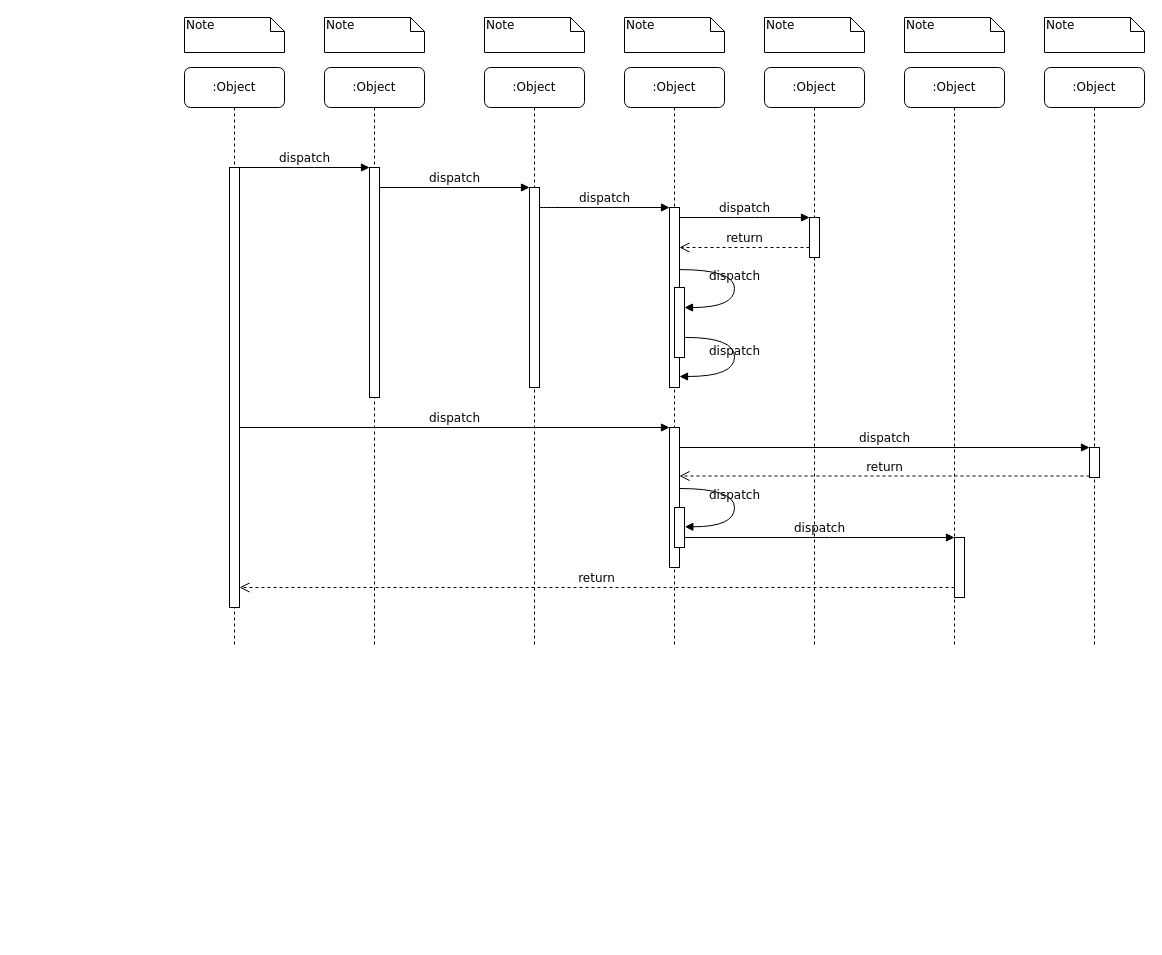
Above: NFC Tag处理流程顺序图.drawio in SuperSources/draw.io (draw.io), before the change. Source tidied: cells renumbered, new cells numbered last; positions are measured from the earlier drawing's top-left corner, leaving out a move shared by most shapes. Both pictures are drawn from the tidied source at 100%, with x=0, y=0 at pixel (184, 17).
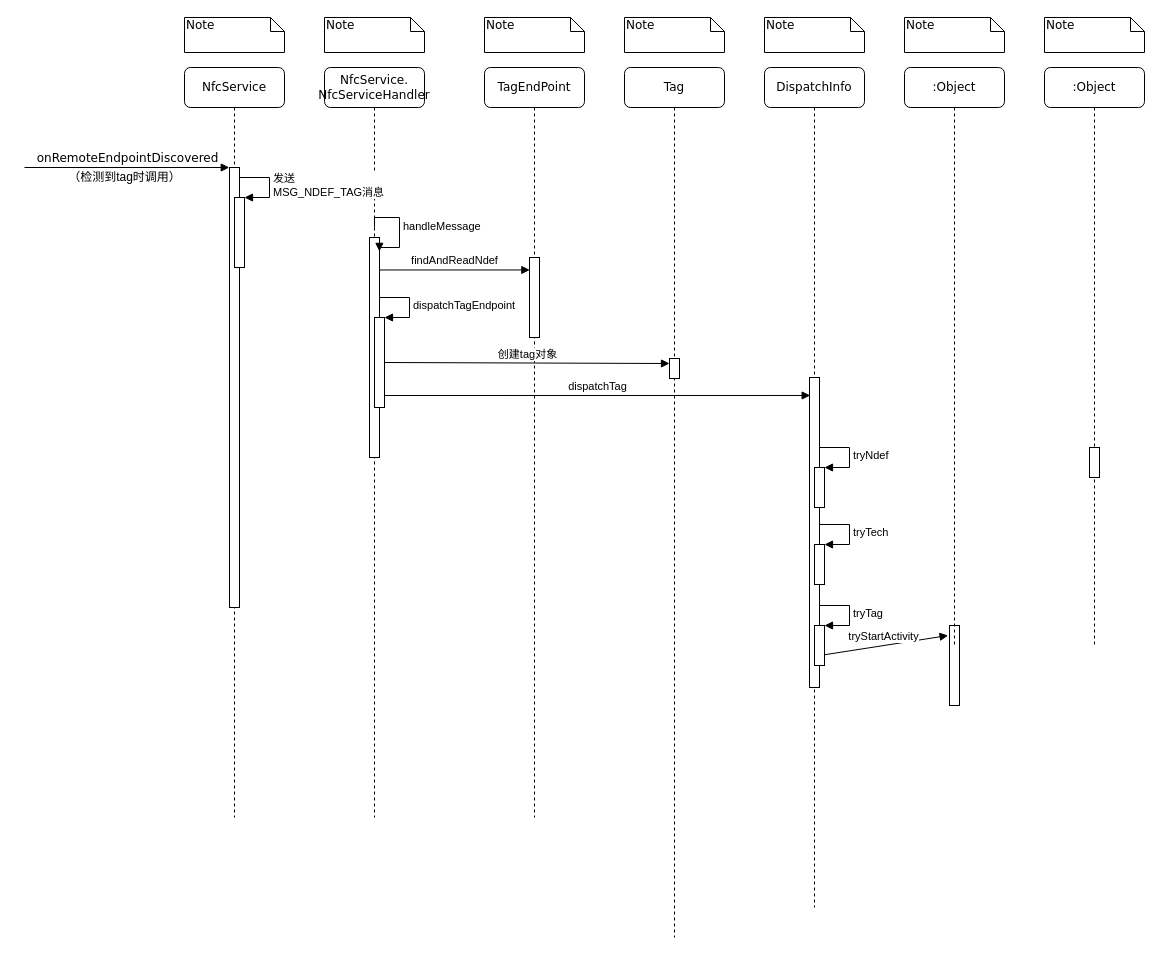
The same diagram, later.

Commit message (it also covers changes not shown here):
Update NFC Tag处理流程顺序图.drawio

Unchanged cells that the change refers to:
```xml
<mxCell id="11" style="html=1;points=[];perimeter=orthogonalPerimeter;rounded=0;shadow=0;comic=0;labelBackgroundColor=none;strokeWidth=1;fontFamily=Verdana;fontSize=12;align=center;" parent="10" vertex="1">
  <mxGeometry x="45" y="100" width="10" height="440" as="geometry" />
</mxCell>
<mxCell id="19" style="html=1;points=[];perimeter=orthogonalPerimeter;rounded=0;shadow=0;comic=0;labelBackgroundColor=none;strokeColor=#000000;strokeWidth=1;fillColor=#FFFFFF;fontFamily=Verdana;fontSize=12;fontColor=#000000;align=center;" parent="1" vertex="1">
  <mxGeometry x="905" y="430" width="10" height="30" as="geometry" />
</mxCell>
```

Change to the diagram source:
```diff
@@
-    <mxCell id="2" value=":Object" style="shape=umlLifeline;perimeter=lifelinePerimeter;whiteSpace=wrap;html=1;rounded=1;shadow=0;comic=0;labelBackgroundColor=none;strokeWidth=1;fontFamily=Verdana;fontSize=12;align=center;" parent="1" vertex="1">
-      <mxGeometry x="140" y="50" width="100" height="580" as="geometry" />
+    <mxCell id="2" value="NfcService.&lt;br&gt;NfcServiceHandler" style="shape=umlLifeline;perimeter=lifelinePerimeter;whiteSpace=wrap;html=1;rounded=1;shadow=0;comic=0;labelBackgroundColor=none;strokeWidth=1;fontFamily=Verdana;fontSize=12;align=center;" parent="1" vertex="1">
+      <mxGeometry x="140" y="50" width="100" height="750" as="geometry" />
     </mxCell>
     <mxCell id="3" style="html=1;points=[];perimeter=orthogonalPerimeter;rounded=0;shadow=0;comic=0;labelBackgroundColor=none;strokeWidth=1;fontFamily=Verdana;fontSize=12;align=center;" parent="2" vertex="1">
-      <mxGeometry x="45" y="100" width="10" height="230" as="geometry" />
+      <mxGeometry x="45" y="170" width="10" height="220" as="geometry" />
     </mxCell>
+    <mxCell id="39" value="&lt;span style=&quot;font-size: 11px&quot;&gt;handleMessage&lt;/span&gt;" style="edgeStyle=orthogonalEdgeStyle;html=1;align=left;spacingLeft=2;endArrow=block;rounded=0;entryX=0.991;entryY=0.063;entryDx=0;entryDy=0;entryPerimeter=0;" parent="2" edge="1" target="3">
+      <mxGeometry relative="1" as="geometry">
+        <mxPoint x="50" y="160" as="sourcePoint" />
+        <Array as="points">
+          <mxPoint x="50" y="150" />
+          <mxPoint x="75" y="150" />
+          <mxPoint x="75" y="180" />
+        </Array>
+      </mxGeometry>
+    </mxCell>
+    <mxCell id="40" style="html=1;points=[];perimeter=orthogonalPerimeter;" parent="2" vertex="1">
+      <mxGeometry x="50" y="250" width="10" height="90" as="geometry" />
+    </mxCell>
+    <mxCell id="41" value="dispatchTagEndpoint" style="edgeStyle=orthogonalEdgeStyle;html=1;align=left;spacingLeft=2;endArrow=block;rounded=0;entryX=1;entryY=0;" parent="2" edge="1" target="40">
+      <mxGeometry relative="1" as="geometry">
+        <mxPoint x="55" y="230" as="sourcePoint" />
+        <Array as="points">
+          <mxPoint x="85" y="230" />
+        </Array>
+      </mxGeometry>
+    </mxCell>
-    <mxCell id="4" value=":Object" style="shape=umlLifeline;perimeter=lifelinePerimeter;whiteSpace=wrap;html=1;rounded=1;shadow=0;comic=0;labelBackgroundColor=none;strokeWidth=1;fontFamily=Verdana;fontSize=12;align=center;" parent="1" vertex="1">
-      <mxGeometry x="300" y="50" width="100" height="580" as="geometry" />
+    <mxCell id="4" value="TagEndPoint" style="shape=umlLifeline;perimeter=lifelinePerimeter;whiteSpace=wrap;html=1;rounded=1;shadow=0;comic=0;labelBackgroundColor=none;strokeWidth=1;fontFamily=Verdana;fontSize=12;align=center;" parent="1" vertex="1">
+      <mxGeometry x="300" y="50" width="100" height="750" as="geometry" />
     </mxCell>
     <mxCell id="5" style="html=1;points=[];perimeter=orthogonalPerimeter;rounded=0;shadow=0;comic=0;labelBackgroundColor=none;strokeWidth=1;fontFamily=Verdana;fontSize=12;align=center;" parent="4" vertex="1">
-      <mxGeometry x="45" y="120" width="10" height="200" as="geometry" />
+      <mxGeometry x="45" y="190" width="10" height="80" as="geometry" />
     </mxCell>
-    <mxCell id="6" value=":Object" style="shape=umlLifeline;perimeter=lifelinePerimeter;whiteSpace=wrap;html=1;rounded=1;shadow=0;comic=0;labelBackgroundColor=none;strokeWidth=1;fontFamily=Verdana;fontSize=12;align=center;" parent="1" vertex="1">
-      <mxGeometry x="440" y="50" width="100" height="580" as="geometry" />
+    <mxCell id="6" value="Tag" style="shape=umlLifeline;perimeter=lifelinePerimeter;whiteSpace=wrap;html=1;rounded=1;shadow=0;comic=0;labelBackgroundColor=none;strokeWidth=1;fontFamily=Verdana;fontSize=12;align=center;" parent="1" vertex="1">
+      <mxGeometry x="440" y="50" width="100" height="870" as="geometry" />
     </mxCell>
+    <mxCell id="42" style="html=1;perimeter=orthogonalPerimeter;" parent="6" vertex="1">
+      <mxGeometry x="45" y="291" width="10" height="20" as="geometry" />
+    </mxCell>
-    <mxCell id="7" value=":Object" style="shape=umlLifeline;perimeter=lifelinePerimeter;whiteSpace=wrap;html=1;rounded=1;shadow=0;comic=0;labelBackgroundColor=none;strokeWidth=1;fontFamily=Verdana;fontSize=12;align=center;" parent="1" vertex="1">
-      <mxGeometry x="580" y="50" width="100" height="580" as="geometry" />
+    <mxCell id="7" value="DispatchInfo" style="shape=umlLifeline;perimeter=lifelinePerimeter;whiteSpace=wrap;html=1;rounded=1;shadow=0;comic=0;labelBackgroundColor=none;strokeWidth=1;fontFamily=Verdana;fontSize=12;align=center;" parent="1" vertex="1">
+      <mxGeometry x="580" y="50" width="100" height="840" as="geometry" />
     </mxCell>
+    <mxCell id="43" style="html=1;points=[];perimeter=orthogonalPerimeter;" parent="7" vertex="1">
+      <mxGeometry x="185" y="558" width="10" height="80" as="geometry" />
+    </mxCell>
+    <mxCell id="12" style="html=1;points=[];perimeter=orthogonalPerimeter;rounded=0;shadow=0;comic=0;labelBackgroundColor=none;strokeWidth=1;fontFamily=Verdana;fontSize=12;align=center;" parent="7" vertex="1">
+      <mxGeometry x="45" y="310" width="10" height="310" as="geometry" />
+    </mxCell>
+    <mxCell id="44" value="tryStartActivity" style="html=1;verticalAlign=bottom;endArrow=block;entryX=-0.14;entryY=0.125;rounded=0;entryDx=0;entryDy=0;entryPerimeter=0;exitX=0.98;exitY=0.897;exitDx=0;exitDy=0;exitPerimeter=0;" parent="7" edge="1" source="12" target="43">
+      <mxGeometry relative="1" as="geometry" />
+    </mxCell>
+    <mxCell id="45" style="html=1;points=[];perimeter=orthogonalPerimeter;" parent="7" vertex="1">
+      <mxGeometry x="50" y="400" width="10" height="40" as="geometry" />
+    </mxCell>
+    <mxCell id="46" value="tryNdef" style="edgeStyle=orthogonalEdgeStyle;html=1;align=left;spacingLeft=2;endArrow=block;rounded=0;entryX=1;entryY=0;" parent="7" edge="1" target="45">
+      <mxGeometry relative="1" as="geometry">
+        <mxPoint x="55" y="380" as="sourcePoint" />
+        <Array as="points">
+          <mxPoint x="85" y="380" />
+        </Array>
+      </mxGeometry>
+    </mxCell>
+    <mxCell id="47" style="html=1;points=[];perimeter=orthogonalPerimeter;" parent="7" vertex="1">
+      <mxGeometry x="50" y="477" width="10" height="40" as="geometry" />
+    </mxCell>
+    <mxCell id="48" value="tryTech" style="edgeStyle=orthogonalEdgeStyle;html=1;align=left;spacingLeft=2;endArrow=block;rounded=0;entryX=1;entryY=0;" parent="7" edge="1" target="47">
+      <mxGeometry relative="1" as="geometry">
+        <mxPoint x="55" y="457" as="sourcePoint" />
+        <Array as="points">
+          <mxPoint x="85" y="457" />
+        </Array>
+      </mxGeometry>
+    </mxCell>
+    <mxCell id="49" style="html=1;points=[];perimeter=orthogonalPerimeter;" parent="7" vertex="1">
+      <mxGeometry x="50" y="558" width="10" height="40" as="geometry" />
+    </mxCell>
+    <mxCell id="50" value="tryTag" style="edgeStyle=orthogonalEdgeStyle;html=1;align=left;spacingLeft=2;endArrow=block;rounded=0;entryX=1;entryY=0;" parent="7" edge="1" target="49">
+      <mxGeometry relative="1" as="geometry">
+        <mxPoint x="55" y="538" as="sourcePoint" />
+        <Array as="points">
+          <mxPoint x="85" y="538" />
+        </Array>
+      </mxGeometry>
+    </mxCell>
@@
-    <mxCell id="10" value=":Object" style="shape=umlLifeline;perimeter=lifelinePerimeter;whiteSpace=wrap;html=1;rounded=1;shadow=0;comic=0;labelBackgroundColor=none;strokeWidth=1;fontFamily=Verdana;fontSize=12;align=center;" parent="1" vertex="1">
-      <mxGeometry y="50" width="100" height="580" as="geometry" />
+    <mxCell id="10" value="NfcService" style="shape=umlLifeline;perimeter=lifelinePerimeter;whiteSpace=wrap;html=1;rounded=1;shadow=0;comic=0;labelBackgroundColor=none;strokeWidth=1;fontFamily=Verdana;fontSize=12;align=center;" parent="1" vertex="1">
+      <mxGeometry y="50" width="100" height="750" as="geometry" />
     </mxCell>
@@
-    <mxCell id="12" style="html=1;points=[];perimeter=orthogonalPerimeter;rounded=0;shadow=0;comic=0;labelBackgroundColor=none;strokeWidth=1;fontFamily=Verdana;fontSize=12;align=center;" parent="1" vertex="1">
-      <mxGeometry x="485" y="190" width="10" height="180" as="geometry" />
-    </mxCell>
-    <mxCell id="13" value="dispatch" style="html=1;verticalAlign=bottom;endArrow=block;labelBackgroundColor=none;fontFamily=Verdana;fontSize=12;edgeStyle=elbowEdgeStyle;elbow=vertical;" parent="1" edge="1" source="5" target="12">
-      <mxGeometry relative="1" as="geometry">
-        <Array as="points">
-          <mxPoint x="360" y="190" />
-        </Array>
-      </mxGeometry>
-    </mxCell>
-    <mxCell id="14" style="html=1;points=[];perimeter=orthogonalPerimeter;rounded=0;shadow=0;comic=0;labelBackgroundColor=none;strokeWidth=1;fontFamily=Verdana;fontSize=12;align=center;" parent="1" vertex="1">
-      <mxGeometry x="625" y="200" width="10" height="40" as="geometry" />
-    </mxCell>
-    <mxCell id="15" value="dispatch" style="html=1;verticalAlign=bottom;endArrow=block;entryX=0;entryY=0;labelBackgroundColor=none;fontFamily=Verdana;fontSize=12;edgeStyle=elbowEdgeStyle;elbow=vertical;" parent="1" edge="1" source="12" target="14">
-      <mxGeometry relative="1" as="geometry" />
-    </mxCell>
-    <mxCell id="16" value="return" style="html=1;verticalAlign=bottom;endArrow=open;dashed=1;endSize=8;labelBackgroundColor=none;fontFamily=Verdana;fontSize=12;edgeStyle=elbowEdgeStyle;elbow=vertical;" parent="1" edge="1" source="14" target="12">
-      <mxGeometry relative="1" as="geometry">
-        <Array as="points">
-          <mxPoint x="570" y="230" />
-          <mxPoint x="600" y="230" />
-        </Array>
-      </mxGeometry>
-    </mxCell>
-    <mxCell id="17" style="html=1;points=[];perimeter=orthogonalPerimeter;rounded=0;shadow=0;comic=0;labelBackgroundColor=none;strokeWidth=1;fontFamily=Verdana;fontSize=12;align=center;" parent="1" vertex="1">
-      <mxGeometry x="485" y="410" width="10" height="140" as="geometry" />
-    </mxCell>
-    <mxCell id="18" value="dispatch" style="html=1;verticalAlign=bottom;endArrow=block;entryX=0;entryY=0;labelBackgroundColor=none;fontFamily=Verdana;fontSize=12;" parent="1" edge="1" source="11" target="17">
-      <mxGeometry relative="1" as="geometry" />
-    </mxCell>
+    <mxCell id="51" style="html=1;points=[];perimeter=orthogonalPerimeter;" parent="10" vertex="1">
+      <mxGeometry x="50" y="130" width="10" height="70" as="geometry" />
+    </mxCell>
+    <mxCell id="52" value="发送&lt;br&gt;MSG_NDEF_TAG消息" style="edgeStyle=orthogonalEdgeStyle;html=1;align=left;spacingLeft=2;endArrow=block;rounded=0;entryX=1;entryY=0;" parent="10" edge="1" target="51">
+      <mxGeometry relative="1" as="geometry">
+        <mxPoint x="55" y="110" as="sourcePoint" />
+        <Array as="points">
+          <mxPoint x="85" y="110" />
+        </Array>
+      </mxGeometry>
+    </mxCell>
@@
-    <mxCell id="20" value="dispatch" style="html=1;verticalAlign=bottom;endArrow=block;entryX=0;entryY=0;labelBackgroundColor=none;fontFamily=Verdana;fontSize=12;" parent="1" edge="1" source="17" target="19">
-      <mxGeometry relative="1" as="geometry" />
-    </mxCell>
-    <mxCell id="21" value="return" style="html=1;verticalAlign=bottom;endArrow=open;dashed=1;endSize=8;exitX=0;exitY=0.95;labelBackgroundColor=none;fontFamily=Verdana;fontSize=12;" parent="1" edge="1" source="19" target="17">
-      <mxGeometry relative="1" as="geometry" />
-    </mxCell>
-    <mxCell id="22" style="html=1;points=[];perimeter=orthogonalPerimeter;rounded=0;shadow=0;comic=0;labelBackgroundColor=none;strokeWidth=1;fontFamily=Verdana;fontSize=12;align=center;" parent="1" vertex="1">
-      <mxGeometry x="770" y="520" width="10" height="60" as="geometry" />
-    </mxCell>
-    <mxCell id="23" value="dispatch" style="html=1;verticalAlign=bottom;endArrow=block;entryX=0;entryY=0;labelBackgroundColor=none;fontFamily=Verdana;fontSize=12;edgeStyle=elbowEdgeStyle;elbow=vertical;" parent="1" edge="1" source="30" target="22">
-      <mxGeometry relative="1" as="geometry" />
-    </mxCell>
-    <mxCell id="24" value="return" style="html=1;verticalAlign=bottom;endArrow=open;dashed=1;endSize=8;labelBackgroundColor=none;fontFamily=Verdana;fontSize=12;edgeStyle=elbowEdgeStyle;elbow=vertical;" parent="1" edge="1" source="22" target="11">
-      <mxGeometry relative="1" as="geometry">
-        <Array as="points">
-          <mxPoint x="470" y="570" />
-        </Array>
-      </mxGeometry>
-    </mxCell>
-    <mxCell id="25" value="dispatch" style="html=1;verticalAlign=bottom;endArrow=block;entryX=0;entryY=0;labelBackgroundColor=none;fontFamily=Verdana;fontSize=12;edgeStyle=elbowEdgeStyle;elbow=vertical;" parent="1" edge="1" source="11" target="3">
-      <mxGeometry relative="1" as="geometry" />
-    </mxCell>
-    <mxCell id="26" value="dispatch" style="html=1;verticalAlign=bottom;endArrow=block;entryX=0;entryY=0;labelBackgroundColor=none;fontFamily=Verdana;fontSize=12;edgeStyle=elbowEdgeStyle;elbow=vertical;" parent="1" edge="1" source="3" target="5">
-      <mxGeometry relative="1" as="geometry" />
-    </mxCell>
-    <mxCell id="27" style="html=1;points=[];perimeter=orthogonalPerimeter;rounded=0;shadow=0;comic=0;labelBackgroundColor=none;strokeWidth=1;fontFamily=Verdana;fontSize=12;align=center;" parent="1" vertex="1">
-      <mxGeometry x="490" y="270" width="10" height="70" as="geometry" />
-    </mxCell>
-    <mxCell id="28" value="dispatch" style="html=1;verticalAlign=bottom;endArrow=block;labelBackgroundColor=none;fontFamily=Verdana;fontSize=12;elbow=vertical;edgeStyle=orthogonalEdgeStyle;curved=1;entryX=1;entryY=0.286;entryPerimeter=0;exitX=1.038;exitY=0.345;exitPerimeter=0;" parent="1" edge="1" source="12" target="27">
-      <mxGeometry relative="1" as="geometry">
-        <Array as="points">
-          <mxPoint x="550" y="252" />
-          <mxPoint x="550" y="290" />
-        </Array>
-      </mxGeometry>
-    </mxCell>
-    <mxCell id="29" value="dispatch" style="html=1;verticalAlign=bottom;endArrow=block;labelBackgroundColor=none;fontFamily=Verdana;fontSize=12;elbow=vertical;edgeStyle=orthogonalEdgeStyle;curved=1;exitX=1.066;exitY=0.713;exitPerimeter=0;" parent="1" edge="1" source="27">
-      <mxGeometry relative="1" as="geometry">
-        <mxPoint x="495" y="359" as="targetPoint" />
-        <Array as="points">
-          <mxPoint x="550" y="320" />
-          <mxPoint x="550" y="359" />
-        </Array>
-      </mxGeometry>
-    </mxCell>
-    <mxCell id="30" style="html=1;points=[];perimeter=orthogonalPerimeter;rounded=0;shadow=0;comic=0;labelBackgroundColor=none;strokeWidth=1;fontFamily=Verdana;fontSize=12;align=center;" parent="1" vertex="1">
-      <mxGeometry x="490" y="490" width="10" height="40" as="geometry" />
-    </mxCell>
-    <mxCell id="31" value="dispatch" style="html=1;verticalAlign=bottom;endArrow=block;labelBackgroundColor=none;fontFamily=Verdana;fontSize=12;elbow=vertical;edgeStyle=orthogonalEdgeStyle;curved=1;entryX=1;entryY=0.286;entryPerimeter=0;exitX=1.038;exitY=0.345;exitPerimeter=0;" parent="1" edge="1">
-      <mxGeometry relative="1" as="geometry">
-        <mxPoint x="495.3" y="471" as="sourcePoint" />
-        <mxPoint x="500.3" y="509.3" as="targetPoint" />
-        <Array as="points">
-          <mxPoint x="550" y="471" />
-          <mxPoint x="550" y="509" />
-        </Array>
-      </mxGeometry>
-    </mxCell>
@@
+    <mxCell id="53" value="onRemoteEndpointDiscovered" style="html=1;verticalAlign=bottom;endArrow=block;labelBackgroundColor=none;fontFamily=Verdana;fontSize=12;edgeStyle=elbowEdgeStyle;elbow=vertical;entryX=-0.023;entryY=0.002;entryDx=0;entryDy=0;entryPerimeter=0;" parent="1" edge="1" target="11">
+      <mxGeometry relative="1" as="geometry">
+        <mxPoint x="-160" y="150" as="sourcePoint" />
+      </mxGeometry>
+    </mxCell>
+    <mxCell id="54" value="（检测到tag时调用）" style="text;html=1;align=center;verticalAlign=middle;fillColor=none;strokeColor=none;rounded=0;" parent="1" vertex="1">
+      <mxGeometry x="-125" y="150" width="130" height="20" as="geometry" />
+    </mxCell>
+    <mxCell id="26" value="findAndReadNdef" style="html=1;verticalAlign=bottom;endArrow=block;rounded=0;entryX=0.033;entryY=0.156;entryDx=0;entryDy=0;entryPerimeter=0;" parent="1" edge="1" source="3" target="5">
+      <mxGeometry relative="1" as="geometry" />
+    </mxCell>
+    <mxCell id="55" value="dispatchTag" style="html=1;verticalAlign=bottom;endArrow=block;rounded=0;entryX=0.066;entryY=0.058;entryDx=0;entryDy=0;entryPerimeter=0;" parent="1" edge="1" target="12">
+      <mxGeometry relative="1" as="geometry">
+        <mxPoint x="200" y="378" as="sourcePoint" />
+      </mxGeometry>
+    </mxCell>
+    <mxCell id="56" value="创建tag对象" style="html=1;verticalAlign=bottom;endArrow=block;entryX=0;entryY=0;rounded=0;" parent="1" edge="1">
+      <mxGeometry relative="1" as="geometry">
+        <mxPoint x="200" y="345" as="sourcePoint" />
+        <mxPoint x="485" y="346" as="targetPoint" />
+      </mxGeometry>
+    </mxCell>
```
